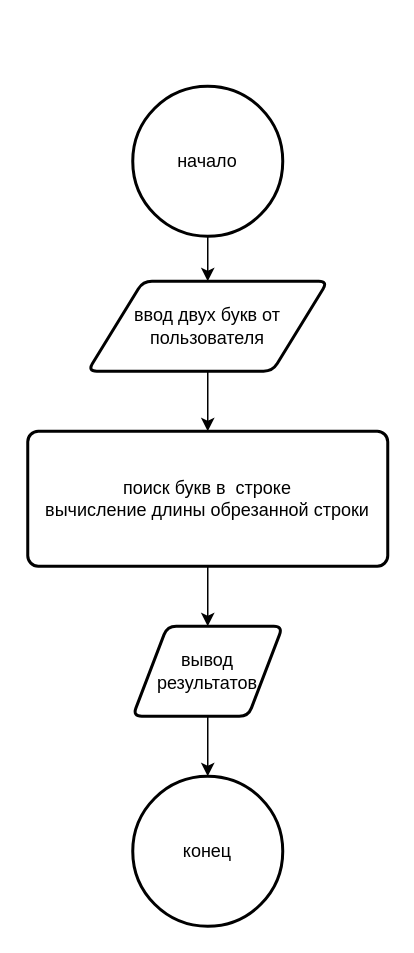
AiDevon/gb_groups_39870 keeps this draw.io diagram as page "les_1_task_4" (3 of 6) of less-1/Диаграмма без названия.drawio. Above is the earlier version. Source tidied: cells renumbered, new cells numbered last; positions are measured from the earlier drawing's top-left corner, leaving out a move shared by most shapes. Both pictures are drawn from the tidied source at 150%, with x=0, y=0 at pixel (27, 86).
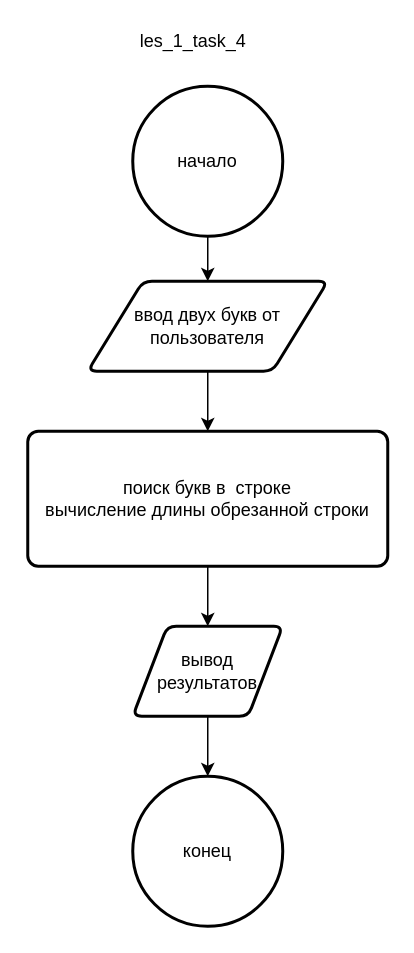
Above is the later version.

Diff of the diagram source:
```diff
@@
 <mxGraphModel>
   <root>
     <mxCell id="0" />
     <mxCell id="1" parent="0" />
     <mxCell id="2" style="edgeStyle=orthogonalEdgeStyle;rounded=0;jettySize=auto;html=1;entryX=0.5;entryY=0;entryDx=0;entryDy=0;" parent="1" edge="1" source="3" target="5">
       <mxGeometry relative="1" as="geometry" />
     </mxCell>
     <mxCell id="3" value="начало" style="strokeWidth=2;html=1;shape=mxgraph.flowchart.start_2;whiteSpace=wrap;" parent="1" vertex="1">
       <mxGeometry x="70" width="100" height="100" as="geometry" />
     </mxCell>
     <mxCell id="4" style="edgeStyle=orthogonalEdgeStyle;rounded=0;jettySize=auto;html=1;entryX=0.5;entryY=0;entryDx=0;entryDy=0;" parent="1" edge="1" source="5" target="7">
       <mxGeometry relative="1" as="geometry" />
     </mxCell>
     <mxCell id="5" value="ввод двух букв от пользователя" style="shape=parallelogram;html=1;strokeWidth=2;perimeter=parallelogramPerimeter;whiteSpace=wrap;rounded=1;arcSize=12;size=0.23;" parent="1" vertex="1">
       <mxGeometry x="40" y="130" width="160" height="60" as="geometry" />
     </mxCell>
     <mxCell id="6" style="edgeStyle=orthogonalEdgeStyle;rounded=0;jettySize=auto;html=1;entryX=0.5;entryY=0;entryDx=0;entryDy=0;" parent="1" edge="1" source="7" target="10">
       <mxGeometry relative="1" as="geometry" />
     </mxCell>
     <mxCell id="7" value="поиск букв в&amp;nbsp; строке&lt;br&gt;вычисление длины обрезанной строки" style="rounded=1;whiteSpace=wrap;html=1;absoluteArcSize=1;arcSize=14;strokeWidth=2;" parent="1" vertex="1">
       <mxGeometry y="230" width="240" height="90" as="geometry" />
     </mxCell>
     <mxCell id="8" value="конец" style="strokeWidth=2;html=1;shape=mxgraph.flowchart.start_2;whiteSpace=wrap;" parent="1" vertex="1">
       <mxGeometry x="70" y="460" width="100" height="100" as="geometry" />
     </mxCell>
     <mxCell id="9" style="edgeStyle=orthogonalEdgeStyle;rounded=0;jettySize=auto;html=1;entryX=0.5;entryY=0;entryDx=0;entryDy=0;entryPerimeter=0;" parent="1" edge="1" source="10" target="8">
       <mxGeometry relative="1" as="geometry" />
     </mxCell>
     <mxCell id="10" value="вывод результатов" style="shape=parallelogram;html=1;strokeWidth=2;perimeter=parallelogramPerimeter;whiteSpace=wrap;rounded=1;arcSize=12;size=0.23;" parent="1" vertex="1">
       <mxGeometry x="70" y="360" width="100" height="60" as="geometry" />
     </mxCell>
+    <mxCell id="11" value="les_1_task_4" style="text;html=1;align=center;verticalAlign=middle;strokeColor=none;fillColor=none;" parent="1" vertex="1">
+      <mxGeometry x="65" y="-40" width="90" height="20" as="geometry" />
+    </mxCell>
   </root>
 </mxGraphModel>
```
